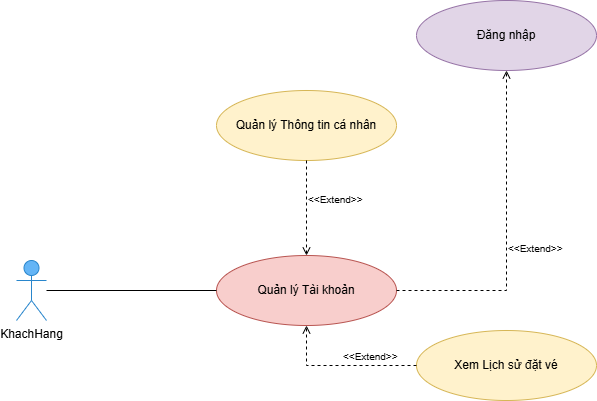
The draw.io diagram DIAGRAM/usecase-profile.png in MinhVy1324/Booking_Film, before a commit. Source tidied: cells renumbered, new cells last; positions are measured from the earlier drawing's top-left corner, leaving out a move shared by most shapes.
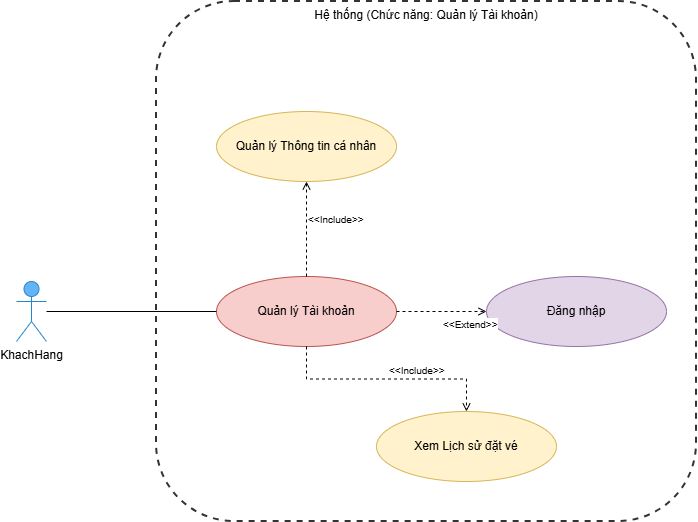
Later version of the same file.

The edit, as a diff of the source:
```diff
@@ -5,8 +5,11 @@
     <mxCell id="2" value="KhachHang" style="shape=umlActor;verticalLabelPosition=bottom;verticalAlign=top;html=1;outlineConnect=0;fillColor=#64b5f6;strokeColor=#2986cc;" parent="1" vertex="1">
       <mxGeometry y="260" width="30" height="60" as="geometry" />
     </mxCell>
+    <mxCell id="11" value="Hệ thống (Chức năng: Quản lý Tài khoản)" style="rounded=1;whiteSpace=wrap;html=1;dashed=1;strokeWidth=2;verticalAlign=top;fillColor=none;strokeColor=#333333;" parent="1" vertex="1">
+      <mxGeometry x="140" y="-20" width="540" height="520" as="geometry" />
+    </mxCell>
     <mxCell id="3" value="Đăng nhập" style="ellipse;whiteSpace=wrap;html=1;fillColor=#e1d5e7;strokeColor=#9673a6;" parent="1" vertex="1">
-      <mxGeometry x="400" width="180" height="70" as="geometry" />
+      <mxGeometry x="470" y="255" width="180" height="70" as="geometry" />
     </mxCell>
     <mxCell id="4" value="Quản lý Tài khoản" style="ellipse;whiteSpace=wrap;html=1;fillColor=#f8cecc;strokeColor=#b85450;" parent="1" vertex="1">
       <mxGeometry x="200" y="255" width="180" height="70" as="geometry" />
@@ -15,17 +18,17 @@
       <mxGeometry x="200" y="90" width="180" height="70" as="geometry" />
     </mxCell>
     <mxCell id="6" value="Xem Lịch sử đặt vé" style="ellipse;whiteSpace=wrap;html=1;fillColor=#fff2cc;strokeColor=#d6b656;" parent="1" vertex="1">
-      <mxGeometry x="400" y="330" width="180" height="70" as="geometry" />
+      <mxGeometry x="360" y="390" width="180" height="70" as="geometry" />
     </mxCell>
     <mxCell id="7" style="endArrow=none;html=1;rounded=0;" parent="1" edge="1" source="2" target="4">
       <mxGeometry relative="1" as="geometry" />
     </mxCell>
-    <mxCell id="8" value="&lt;font style=&quot;font-size: 10px;&quot;&gt;&amp;lt;&amp;lt;Extend&amp;gt;&amp;gt;&lt;/font&gt;" style="endArrow=open;endFill=0;dashed=1;html=1;rounded=0;edgeStyle=orthogonalEdgeStyle;align=left;verticalAlign=bottom;" parent="1" edge="1" source="5" target="4">
-      <mxGeometry relative="1" as="geometry" />
-    </mxCell>
-    <mxCell id="9" value="&lt;font style=&quot;font-size: 10px;&quot;&gt;&amp;lt;&amp;lt;Extend&amp;gt;&amp;gt;&lt;/font&gt;" style="endArrow=open;endFill=0;dashed=1;html=1;rounded=0;edgeStyle=orthogonalEdgeStyle;align=left;verticalAlign=bottom;" parent="1" edge="1" source="6" target="4">
-      <mxGeometry relative="1" as="geometry" />
-    </mxCell>
+    <mxCell id="12" value="&lt;font style=&quot;font-size: 10px;&quot;&gt;&amp;lt;&amp;lt;Include&amp;gt;&amp;gt;&lt;/font&gt;" style="endArrow=open;endFill=0;dashed=1;html=1;rounded=0;edgeStyle=orthogonalEdgeStyle;align=left;verticalAlign=bottom;" parent="1" edge="1" source="4" target="5">
+      <mxGeometry relative="1" as="geometry" />
+    </mxCell>
+    <mxCell id="13" value="&lt;font style=&quot;font-size: 10px;&quot;&gt;&amp;lt;&amp;lt;Include&amp;gt;&amp;gt;&lt;/font&gt;" style="endArrow=open;endFill=0;dashed=1;html=1;rounded=0;edgeStyle=orthogonalEdgeStyle;align=left;verticalAlign=bottom;" parent="1" edge="1" source="4" target="6">
+      <mxGeometry relative="1" as="geometry" />
+    </mxCell>
     <mxCell id="10" value="&lt;font style=&quot;font-size: 10px;&quot;&gt;&amp;lt;&amp;lt;Extend&amp;gt;&amp;gt;&lt;/font&gt;" style="endArrow=open;endFill=0;dashed=1;html=1;rounded=0;edgeStyle=orthogonalEdgeStyle;align=left;verticalAlign=top;" parent="1" edge="1" source="4" target="3">
       <mxGeometry relative="1" as="geometry" />
     </mxCell>
```
